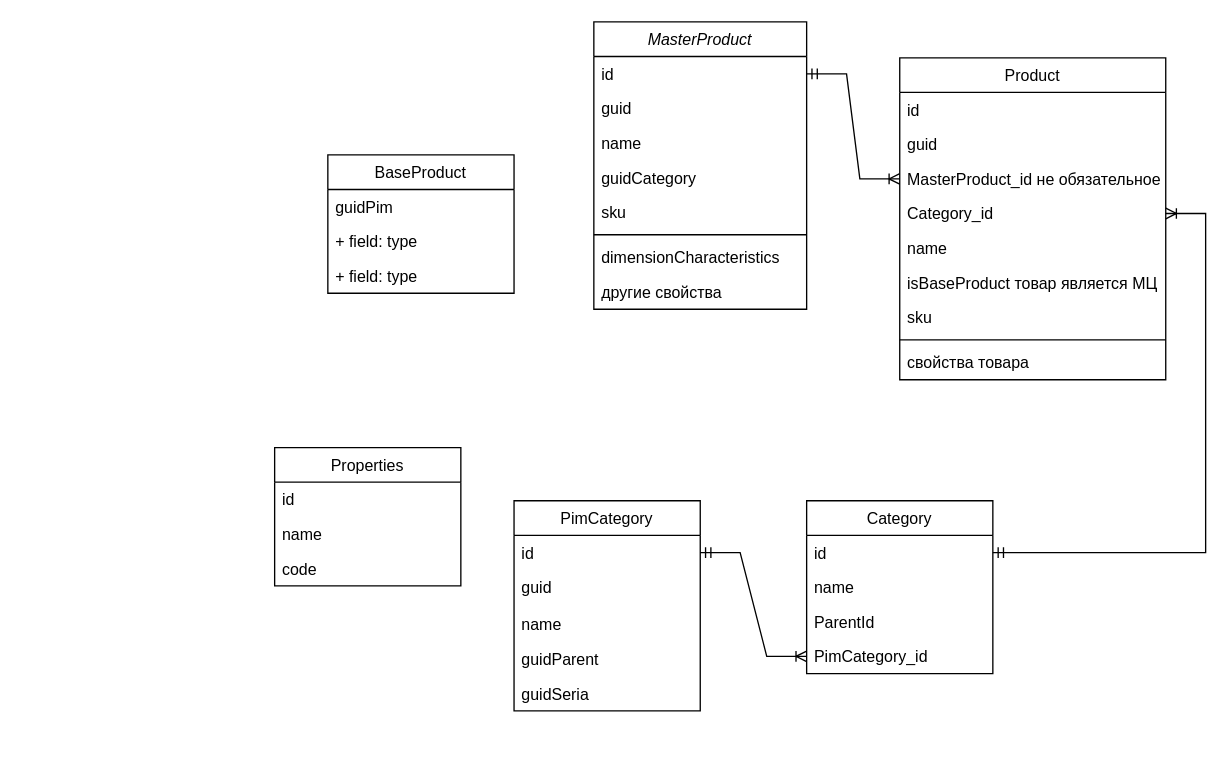
Earlier version of the draw.io diagram page "Page-1" (1 of 3) of base/Untitled Diagram.drawio (vartananastasia/ii). Source tidied: cells renumbered, new cells numbered last; positions are measured from the earlier drawing's top-left corner, leaving out a move shared by most shapes. Both pictures are drawn from the tidied source at 133%, with x=0, y=0 at pixel (274, 21).
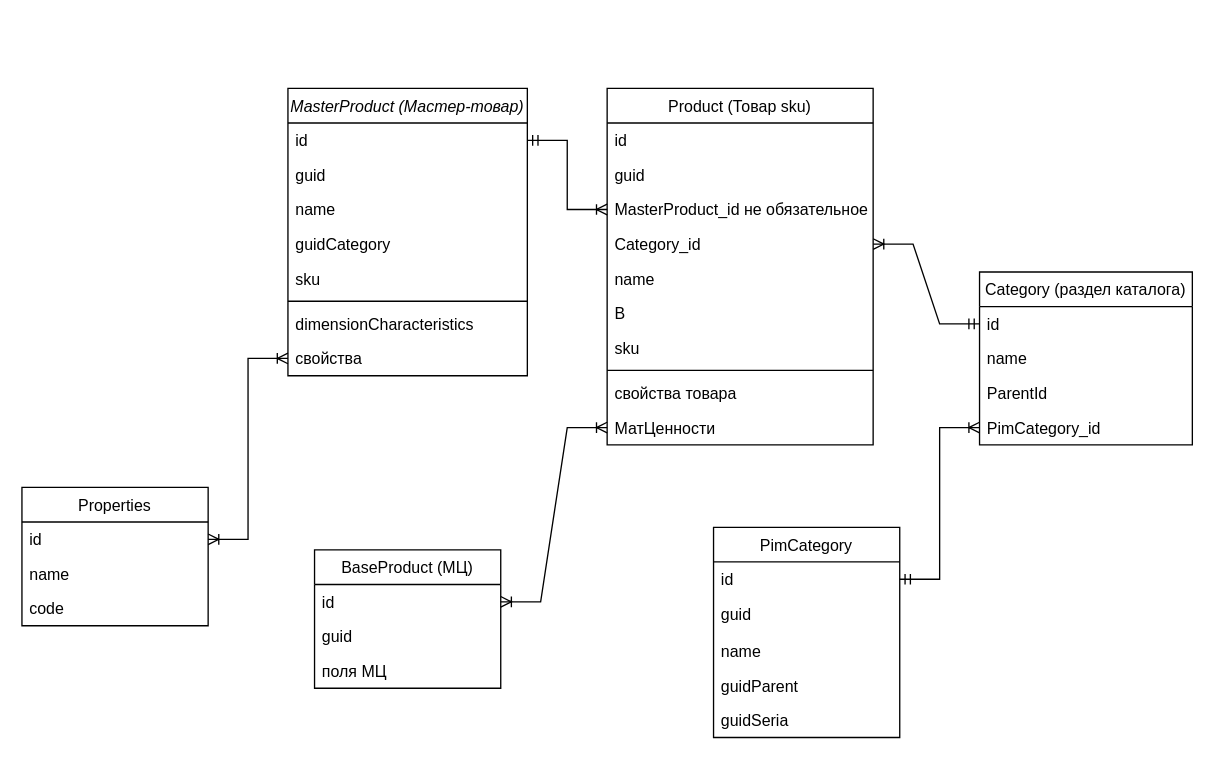
Above is the later version.

Unchanged cells that the change refers to:
```xml
<mxCell id="15" value="Category_id" style="text;align=left;verticalAlign=top;spacingLeft=4;spacingRight=4;overflow=hidden;points=[[0,0.5],[1,0.5]];portConstraint=eastwest;rounded=0;shadow=0;html=0;" parent="11" vertex="1">
  <mxGeometry y="104" width="200" height="26" as="geometry" />
</mxCell>
<mxCell id="36" value="id" style="text;strokeColor=none;fillColor=none;align=left;verticalAlign=top;spacingLeft=4;spacingRight=4;overflow=hidden;points=[[0,0.5],[1,0.5]];portConstraint=eastwest;" parent="35" vertex="1">
  <mxGeometry y="26" width="140" height="26" as="geometry" />
</mxCell>
```

Change to the diagram source:
```diff
@@
-    <mxCell id="2" value="MasterProduct" style="swimlane;fontStyle=2;align=center;verticalAlign=top;horizontal=1;startSize=26;rounded=0;shadow=0;strokeWidth=1;" parent="1" vertex="1">
-      <mxGeometry x="240" width="160" height="216" as="geometry" />
+    <mxCell id="2" value="MasterProduct (Мастер-товар)" style="swimlane;fontStyle=2;align=center;verticalAlign=top;horizontal=1;startSize=26;rounded=0;shadow=0;strokeWidth=1;" parent="1" vertex="1">
+      <mxGeometry x="10" y="50" width="180" height="216" as="geometry" />
     </mxCell>
     <mxCell id="3" value="id" style="text;align=left;verticalAlign=top;spacingLeft=4;spacingRight=4;overflow=hidden;points=[[0,0.5],[1,0.5]];portConstraint=eastwest;" parent="2" vertex="1">
-      <mxGeometry y="26" width="160" height="26" as="geometry" />
+      <mxGeometry y="26" width="180" height="26" as="geometry" />
     </mxCell>
     <mxCell id="4" value="guid" style="text;align=left;verticalAlign=top;spacingLeft=4;spacingRight=4;overflow=hidden;" parent="2" vertex="1">
-      <mxGeometry y="52" width="160" height="26" as="geometry" />
+      <mxGeometry y="52" width="180" height="26" as="geometry" />
     </mxCell>
     <mxCell id="5" value="name" style="text;align=left;verticalAlign=top;spacingLeft=4;spacingRight=4;overflow=hidden;rounded=0;shadow=0;html=0;" parent="2" vertex="1">
-      <mxGeometry y="78" width="160" height="26" as="geometry" />
+      <mxGeometry y="78" width="180" height="26" as="geometry" />
     </mxCell>
     <mxCell id="6" value="guidCategory" style="text;align=left;verticalAlign=top;spacingLeft=4;spacingRight=4;overflow=hidden;rounded=0;shadow=0;html=0;" parent="2" vertex="1">
-      <mxGeometry y="104" width="160" height="26" as="geometry" />
+      <mxGeometry y="104" width="180" height="26" as="geometry" />
     </mxCell>
     <mxCell id="7" value="sku" style="text;align=left;verticalAlign=top;spacingLeft=4;spacingRight=4;overflow=hidden;rounded=0;shadow=0;html=0;" parent="2" vertex="1">
-      <mxGeometry y="130" width="160" height="26" as="geometry" />
+      <mxGeometry y="130" width="180" height="26" as="geometry" />
     </mxCell>
     <mxCell id="8" style="line;html=1;strokeWidth=1;align=left;verticalAlign=middle;spacingTop=-1;spacingLeft=3;spacingRight=3;labelPosition=right;" parent="2" vertex="1">
-      <mxGeometry y="156" width="160" height="8" as="geometry" />
+      <mxGeometry y="156" width="180" height="8" as="geometry" />
     </mxCell>
     <mxCell id="9" value="dimensionCharacteristics" style="text;align=left;verticalAlign=top;spacingLeft=4;spacingRight=4;overflow=hidden;" parent="2" vertex="1">
-      <mxGeometry y="164" width="160" height="26" as="geometry" />
+      <mxGeometry y="164" width="180" height="26" as="geometry" />
     </mxCell>
-    <mxCell id="10" value="другие свойства" style="text;align=left;verticalAlign=top;spacingLeft=4;spacingRight=4;overflow=hidden;points=[[0,0.5],[1,0.5]];portConstraint=eastwest;" parent="2" vertex="1">
-      <mxGeometry y="190" width="160" height="26" as="geometry" />
+    <mxCell id="10" value="свойства" style="text;align=left;verticalAlign=top;spacingLeft=4;spacingRight=4;overflow=hidden;points=[[0,0.5],[1,0.5]];portConstraint=eastwest;" parent="2" vertex="1">
+      <mxGeometry y="190" width="180" height="26" as="geometry" />
     </mxCell>
-    <mxCell id="11" value="Product" style="swimlane;fontStyle=0;align=center;verticalAlign=top;horizontal=1;startSize=26;rounded=0;shadow=0;strokeWidth=1;" parent="1" vertex="1">
-      <mxGeometry x="470" y="27" width="200" height="242" as="geometry" />
+    <mxCell id="11" value="Product (Товар sku)" style="swimlane;fontStyle=0;align=center;verticalAlign=top;horizontal=1;startSize=26;rounded=0;shadow=0;strokeWidth=1;" parent="1" vertex="1">
+      <mxGeometry x="250" y="50" width="200" height="268" as="geometry" />
     </mxCell>
@@
-    <mxCell id="17" value="isBaseProduct товар является МЦ" style="text;align=left;verticalAlign=top;spacingLeft=4;spacingRight=4;overflow=hidden;rounded=0;shadow=0;html=0;" parent="11" vertex="1">
+    <mxCell id="17" value="B" style="text;align=left;verticalAlign=top;spacingLeft=4;spacingRight=4;overflow=hidden;rounded=0;shadow=0;html=0;" parent="11" vertex="1">
       <mxGeometry y="156" width="200" height="26" as="geometry" />
     </mxCell>
@@
+    <mxCell id="43" value="МатЦенности" style="text;align=left;verticalAlign=top;spacingLeft=4;spacingRight=4;overflow=hidden;points=[[0,0.5],[1,0.5]];portConstraint=eastwest;" parent="11" vertex="1">
+      <mxGeometry y="242" width="200" height="26" as="geometry" />
+    </mxCell>
     <mxCell id="21" value="PimCategory" style="swimlane;fontStyle=0;horizontal=1;startSize=26;fillColor=none;" parent="1" vertex="1">
-      <mxGeometry x="180" y="360" width="140" height="158" as="geometry" />
+      <mxGeometry x="330" y="380" width="140" height="158" as="geometry" />
     </mxCell>
@@
-    <mxCell id="27" value="Category" style="swimlane;fontStyle=0;horizontal=1;startSize=26;fillColor=none;" parent="1" vertex="1">
-      <mxGeometry x="400" y="360" width="140" height="130" as="geometry" />
+    <mxCell id="27" value="Category (раздел каталога)" style="swimlane;fontStyle=0;horizontal=1;startSize=26;fillColor=none;" parent="1" vertex="1">
+      <mxGeometry x="530" y="188" width="160" height="130" as="geometry" />
     </mxCell>
     <mxCell id="28" value="id" style="text;strokeColor=none;fillColor=none;align=left;verticalAlign=top;spacingLeft=4;spacingRight=4;overflow=hidden;points=[[0,0.5],[1,0.5]];portConstraint=eastwest;" parent="27" vertex="1">
-      <mxGeometry y="26" width="140" height="26" as="geometry" />
+      <mxGeometry y="26" width="160" height="26" as="geometry" />
     </mxCell>
     <mxCell id="29" value="name" style="text;strokeColor=none;fillColor=none;align=left;verticalAlign=top;spacingLeft=4;spacingRight=4;overflow=hidden;" parent="27" vertex="1">
-      <mxGeometry y="52" width="140" height="26" as="geometry" />
+      <mxGeometry y="52" width="160" height="26" as="geometry" />
     </mxCell>
     <mxCell id="30" value="ParentId" style="text;strokeColor=none;fillColor=none;align=left;verticalAlign=top;spacingLeft=4;spacingRight=4;overflow=hidden;" parent="27" vertex="1">
-      <mxGeometry y="78" width="140" height="26" as="geometry" />
+      <mxGeometry y="78" width="160" height="26" as="geometry" />
     </mxCell>
     <mxCell id="31" value="PimCategory_id" style="text;strokeColor=none;fillColor=none;align=left;verticalAlign=top;spacingLeft=4;spacingRight=4;overflow=hidden;points=[[0,0.5],[1,0.5]];portConstraint=eastwest;" parent="27" vertex="1">
-      <mxGeometry y="104" width="140" height="26" as="geometry" />
+      <mxGeometry y="104" width="160" height="26" as="geometry" />
     </mxCell>
@@
-    <mxCell id="34" style="edgeStyle=entityRelationEdgeStyle;fontSize=12;html=1;endArrow=ERoneToMany;startArrow=ERmandOne;rounded=0;exitX=1;exitY=0.5;exitDx=0;exitDy=0;" parent="1" edge="1" source="28" target="15">
+    <mxCell id="34" style="edgeStyle=entityRelationEdgeStyle;fontSize=12;html=1;endArrow=ERoneToMany;startArrow=ERmandOne;rounded=0;" parent="1" edge="1" source="28" target="15">
       <mxGeometry relative="1" as="geometry" />
     </mxCell>
     <mxCell id="35" value="Properties" style="swimlane;fontStyle=0;horizontal=1;startSize=26;fillColor=none;" parent="1" vertex="1">
-      <mxGeometry y="320" width="140" height="104" as="geometry" />
+      <mxGeometry x="-190" y="350" width="140" height="104" as="geometry" />
     </mxCell>
@@
-    <mxCell id="39" value="BaseProduct" style="swimlane;fontStyle=0;horizontal=1;startSize=26;fillColor=none;" parent="1" vertex="1">
-      <mxGeometry x="40" y="100" width="140" height="104" as="geometry" />
+    <mxCell id="39" value="BaseProduct (МЦ)" style="swimlane;fontStyle=0;horizontal=1;startSize=26;fillColor=none;" parent="1" vertex="1">
+      <mxGeometry x="30" y="397" width="140" height="104" as="geometry" />
     </mxCell>
+    <mxCell id="44" value="id" style="text;strokeColor=none;fillColor=none;align=left;verticalAlign=top;spacingLeft=4;spacingRight=4;overflow=hidden;points=[[0,0.5],[1,0.5]];portConstraint=eastwest;" parent="39" vertex="1">
+      <mxGeometry y="26" width="140" height="26" as="geometry" />
+    </mxCell>
-    <mxCell id="40" value="guidPim" style="text;strokeColor=none;fillColor=none;align=left;verticalAlign=top;spacingLeft=4;spacingRight=4;overflow=hidden;" parent="39" vertex="1">
-      <mxGeometry y="26" width="140" height="26" as="geometry" />
+    <mxCell id="40" value="guid" style="text;strokeColor=none;fillColor=none;align=left;verticalAlign=top;spacingLeft=4;spacingRight=4;overflow=hidden;" parent="39" vertex="1">
+      <mxGeometry y="52" width="140" height="26" as="geometry" />
     </mxCell>
-    <mxCell id="41" value="+ field: type" style="text;strokeColor=none;fillColor=none;align=left;verticalAlign=top;spacingLeft=4;spacingRight=4;overflow=hidden;" parent="39" vertex="1">
-      <mxGeometry y="52" width="140" height="26" as="geometry" />
+    <mxCell id="41" value="поля МЦ " style="text;strokeColor=none;fillColor=none;align=left;verticalAlign=top;spacingLeft=4;spacingRight=4;overflow=hidden;" parent="39" vertex="1">
+      <mxGeometry y="78" width="140" height="26" as="geometry" />
     </mxCell>
-    <mxCell id="42" value="+ field: type" style="text;strokeColor=none;fillColor=none;align=left;verticalAlign=top;spacingLeft=4;spacingRight=4;overflow=hidden;" parent="39" vertex="1">
-      <mxGeometry y="78" width="140" height="26" as="geometry" />
-    </mxCell>
+    <mxCell id="45" style="edgeStyle=entityRelationEdgeStyle;fontSize=12;html=1;endArrow=ERoneToMany;startArrow=ERoneToMany;rounded=0;exitX=1;exitY=0.5;exitDx=0;exitDy=0;" parent="1" edge="1" source="36" target="10">
+      <mxGeometry relative="1" as="geometry" />
+    </mxCell>
+    <mxCell id="46" style="edgeStyle=entityRelationEdgeStyle;fontSize=12;html=1;endArrow=ERoneToMany;startArrow=ERoneToMany;rounded=0;entryX=0;entryY=0.5;entryDx=0;entryDy=0;exitX=1;exitY=0.5;exitDx=0;exitDy=0;" parent="1" edge="1" source="44" target="43">
+      <mxGeometry relative="1" as="geometry" />
+    </mxCell>
```
